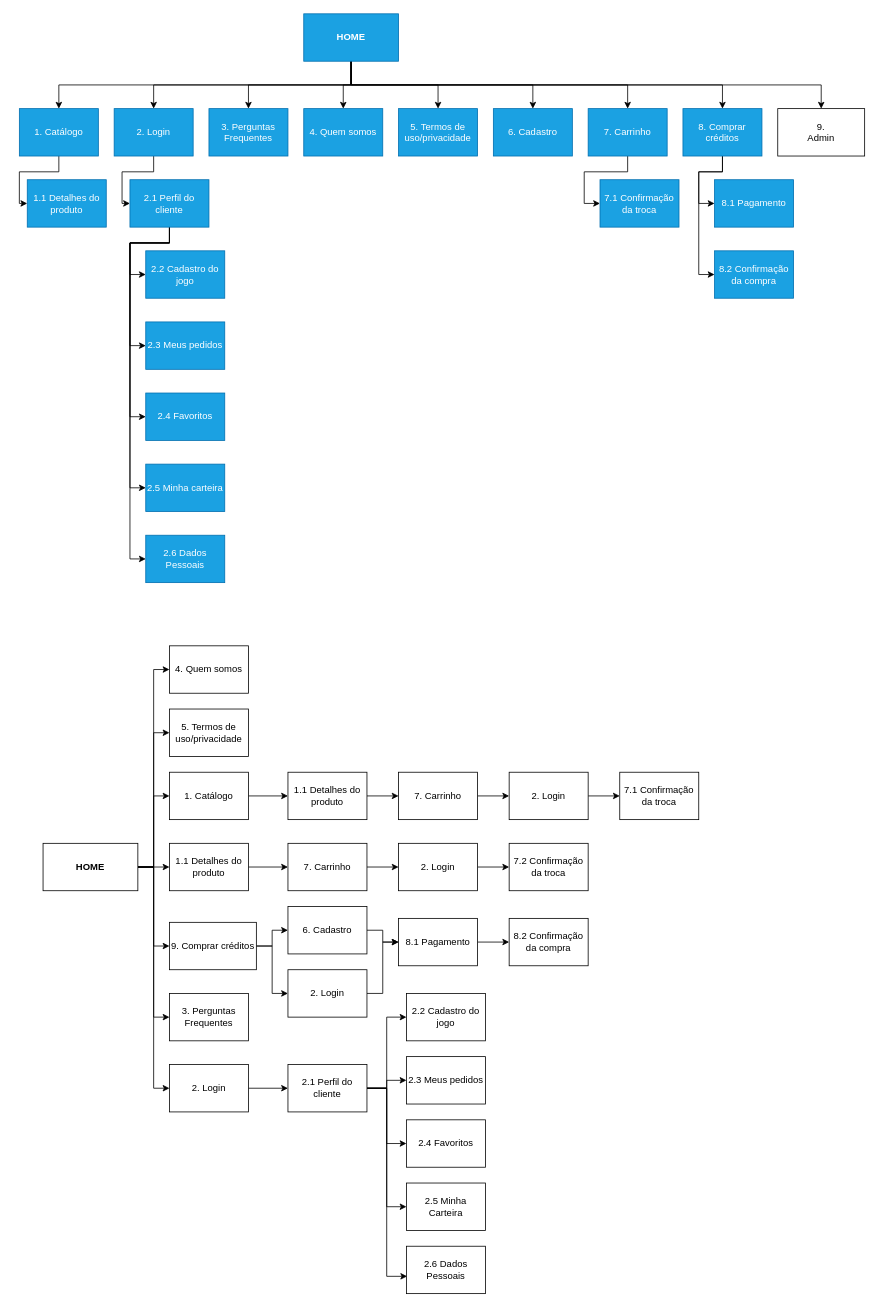
Above: page "Site map" (1 of 22) of wireframe.drawio in pdaambrosio/dh_group_5 (draw.io), before the change. Source tidied: cells renumbered, new cells numbered last; positions are measured from the earlier drawing's top-left corner, leaving out a move shared by most shapes. Both pictures are drawn from the tidied source at 79%, with x=0, y=0 at pixel (19, 13).
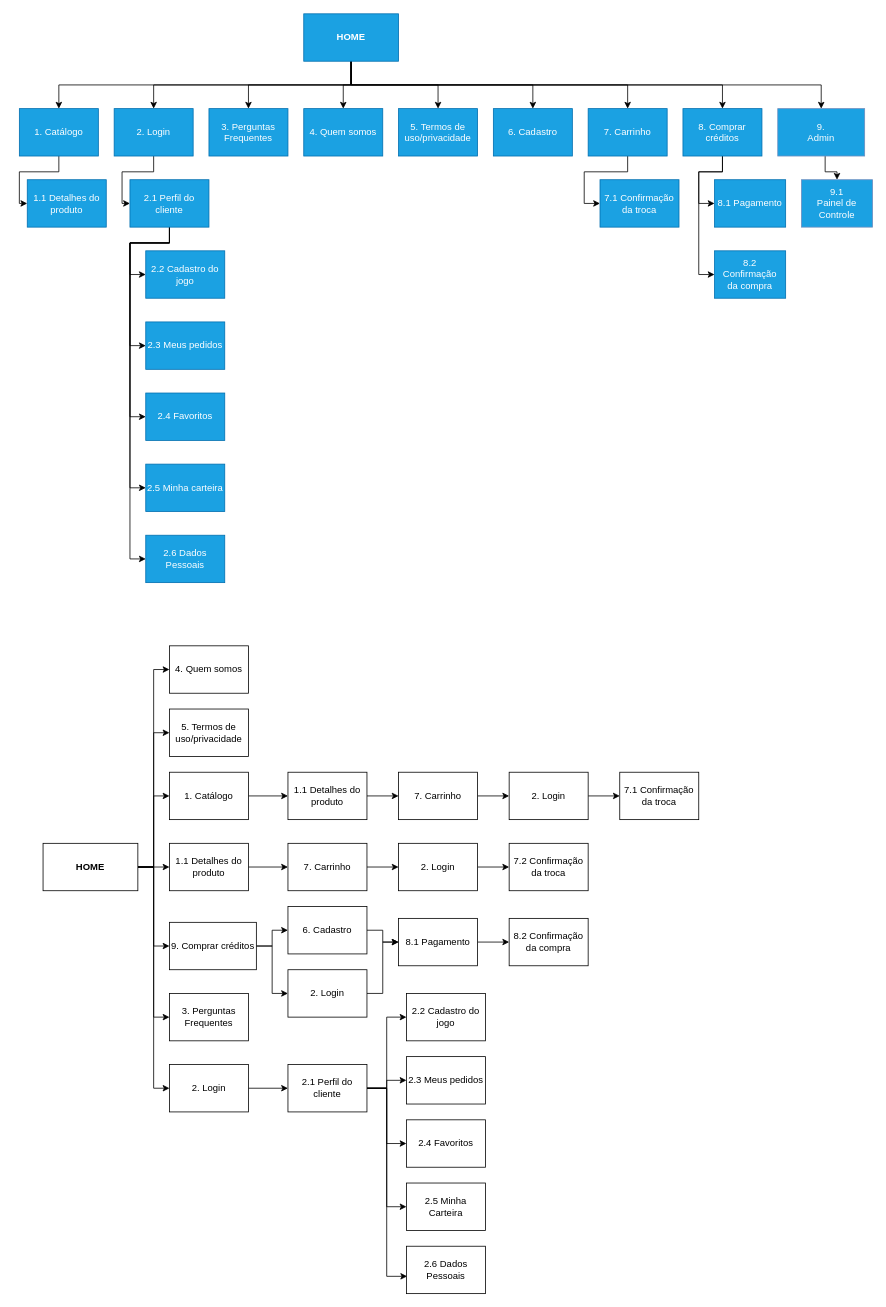
Above is the later version.

The edit, as a diff of the source:
```diff
@@
+    <mxCell id="91" style="edgeStyle=orthogonalEdgeStyle;rounded=0;jettySize=auto;html=1;fontSize=15;fontColor=#000000;" parent="1" edge="1" source="32" target="92">
+      <mxGeometry relative="1" as="geometry">
+        <Array as="points">
+          <mxPoint x="1020" y="200" />
+          <mxPoint x="1035" y="200" />
+        </Array>
+      </mxGeometry>
+    </mxCell>
-    <mxCell id="32" value="9. &lt;br&gt;Admin" style="rounded=0;whiteSpace=wrap;html=1;" parent="1" vertex="1">
+    <mxCell id="32" value="&lt;font color=&quot;#ffffff&quot;&gt;9. &lt;br&gt;Admin&lt;/font&gt;" style="rounded=0;whiteSpace=wrap;html=1;strokeColor=#6c8ebf;fillColor=#1BA1E2;" parent="1" vertex="1">
       <mxGeometry x="960" y="120" width="110" height="60" as="geometry" />
     </mxCell>
@@
-    <mxCell id="36" value="8. Comprar créditos" style="rounded=0;whiteSpace=wrap;html=1;fillColor=#1ba1e2;strokeColor=#006EAF;fontColor=#ffffff;" parent="1" vertex="1">
+    <mxCell id="36" value="8. Comprar créditos" style="rounded=0;whiteSpace=wrap;html=1;strokeColor=#006EAF;fontColor=#ffffff;fillColor=#1BA1E2;" parent="1" vertex="1">
       <mxGeometry x="840" y="120" width="100" height="60" as="geometry" />
     </mxCell>
     <mxCell id="37" value="8.1 Pagamento" style="rounded=0;whiteSpace=wrap;html=1;fillColor=#1ba1e2;strokeColor=#006EAF;fontColor=#ffffff;" parent="1" vertex="1">
-      <mxGeometry x="880" y="210" width="100" height="60" as="geometry" />
+      <mxGeometry x="880" y="210" width="90" height="60" as="geometry" />
     </mxCell>
-    <mxCell id="38" value="8.2 Confirmação da compra" style="rounded=0;whiteSpace=wrap;html=1;fillColor=#1ba1e2;strokeColor=#006EAF;fontColor=#ffffff;" parent="1" vertex="1">
-      <mxGeometry x="880" y="300" width="100" height="60" as="geometry" />
+    <mxCell id="38" value="8.2 Confirmação&lt;br&gt;da compra" style="rounded=0;whiteSpace=wrap;html=1;fillColor=#1ba1e2;strokeColor=#006EAF;fontColor=#ffffff;" parent="1" vertex="1">
+      <mxGeometry x="880" y="300" width="90" height="60" as="geometry" />
     </mxCell>
@@
+    <mxCell id="92" value="&lt;font color=&quot;#ffffff&quot;&gt;9.1&lt;br&gt;Painel de Controle&lt;br&gt;&lt;/font&gt;" style="rounded=0;whiteSpace=wrap;html=1;strokeColor=#6c8ebf;fillColor=#1BA1E2;" parent="1" vertex="1">
+      <mxGeometry x="990" y="210" width="90" height="60" as="geometry" />
+    </mxCell>
```
